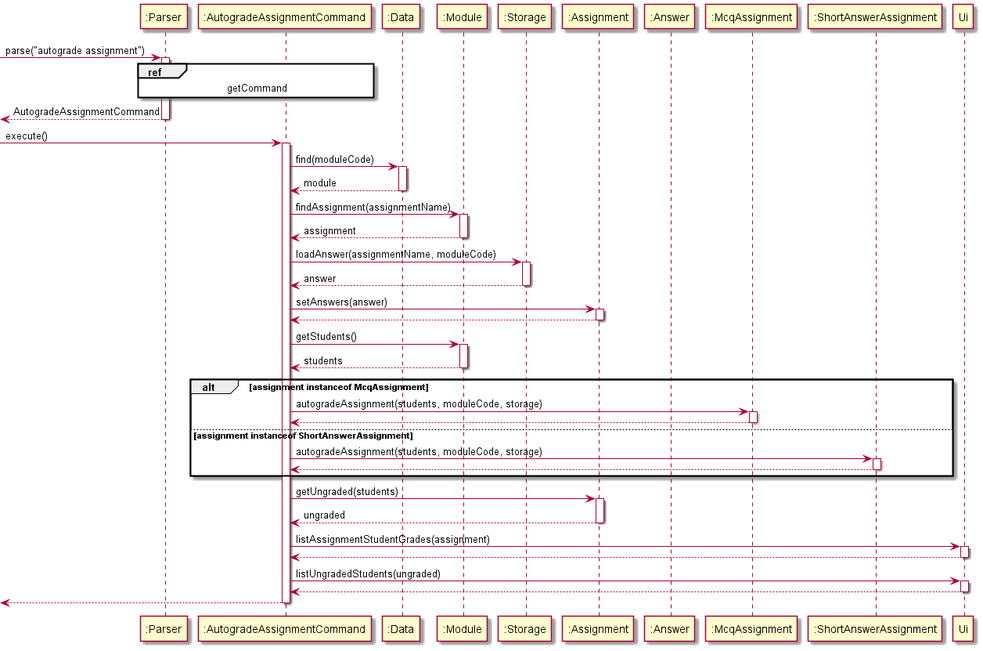
vaiish371/tp keeps this PlantUML diagram as docs/uml/Autograde.png. Above is the earlier version. Its diagram source:
```plantuml
@startuml

participant ":Parser" as Parser
participant ":AutogradeAssignmentCommand" as Command
participant ":Data" as Data
participant ":Module" as Module
participant ":Storage" as Storage
participant ":Assignment" as Assignment
participant ":Answer" as Answer
participant ":McqAssignment" as McqAssignment
participant ":ShortAnswerAssignment" as ShortAnswerAssignment


[-> Parser : parse("autograde assignment")
activate Parser

ref over Parser, Command : getCommand

[<-- Parser : AutogradeAssignmentCommand
deactivate Parser

[->Command : execute()
activate Command

Command -> Data : find(moduleCode)
activate Data

Data --> Command : module
deactivate Data

Command -> Module : findAssignment(assignmentName)
activate Module

Module --> Command : assignment
deactivate Module

Command -> Storage : loadAnswer(assignmentName, moduleCode)
activate Storage

Storage --> Command : answer
deactivate Storage

Command -> Assignment : setAnswers(answer)
activate Assignment

Assignment --> Command
deactivate Assignment

Command -> Module : getStudents()
activate Module

Module --> Command : students
deactivate Module

alt assignment instanceof McqAssignment

Command -> McqAssignment : autogradeAssignment(students, moduleCode, storage)
activate McqAssignment

McqAssignment --> Command
deactivate McqAssignment


else assignment instanceof ShortAnswerAssignment

Command -> ShortAnswerAssignment : autogradeAssignment(students, moduleCode, storage)
activate ShortAnswerAssignment

ShortAnswerAssignment --> Command
deactivate ShortAnswerAssignment

end

Command -> Assignment : getUngraded(students)
activate Assignment

Assignment --> Command : ungraded
deactivate Assignment

Command -> Ui : listAssignmentStudentGrades(assignment)
activate Ui

Ui --> Command
deactivate Ui

Command -> Ui : listUngradedStudents(ungraded)
activate Ui

Ui --> Command
deactivate Ui

[<-- Command
deactivate Command

@enduml
```
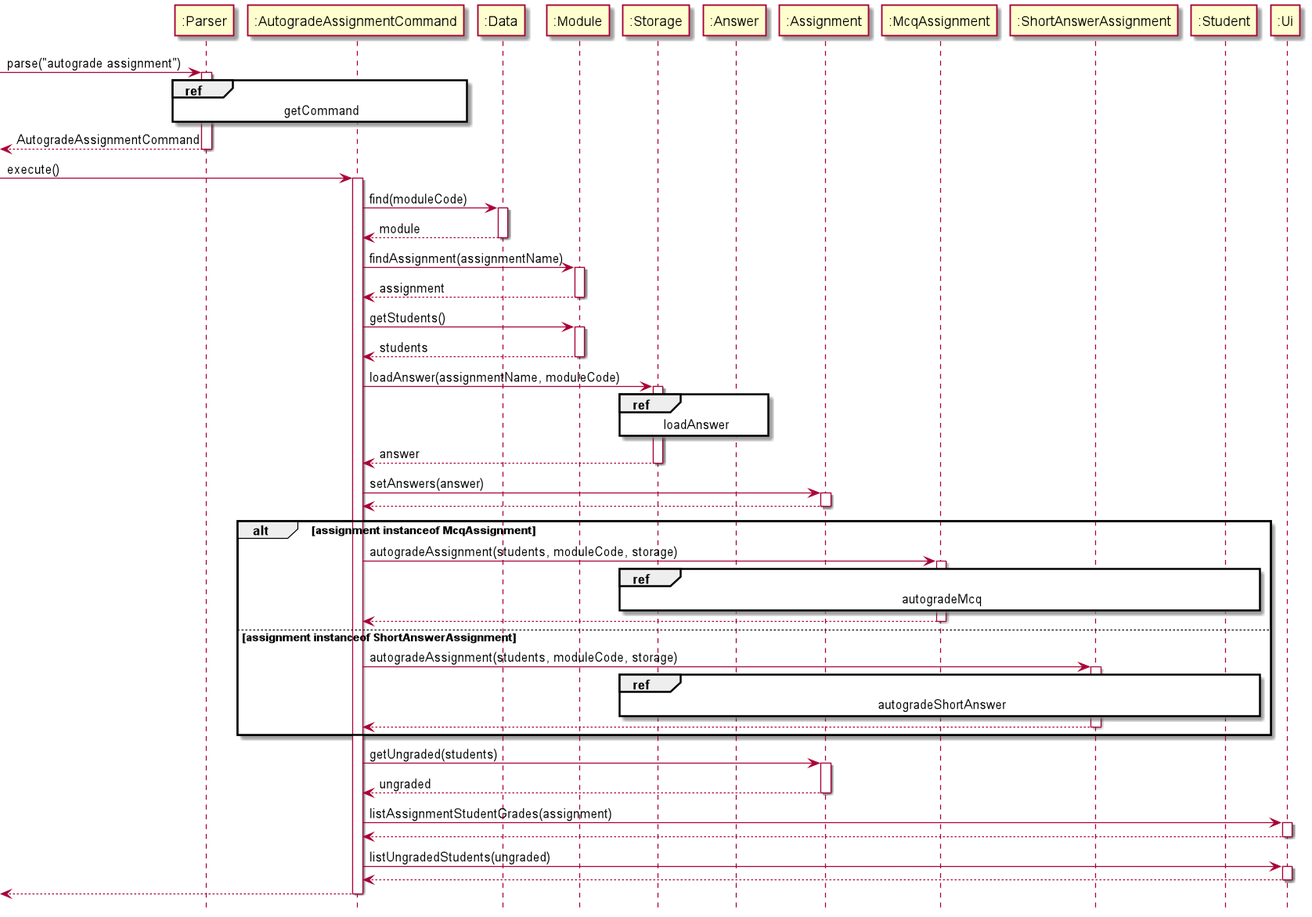
After the commit.

What changed in the source:
```diff
@@ -1,15 +1,18 @@
 @startuml
+
+hide footbox
 
 participant ":Parser" as Parser
 participant ":AutogradeAssignmentCommand" as Command
 participant ":Data" as Data
 participant ":Module" as Module
 participant ":Storage" as Storage
+participant ":Answer" as Answer
 participant ":Assignment" as Assignment
-participant ":Answer" as Answer
 participant ":McqAssignment" as McqAssignment
 participant ":ShortAnswerAssignment" as ShortAnswerAssignment
-
+participant ":Student" as Student
+participant ":Ui" as Ui
 
 [-> Parser : parse("autograde assignment")
 activate Parser
@@ -34,8 +37,16 @@
 Module --> Command : assignment
 deactivate Module
 
+Command -> Module : getStudents()
+activate Module
+
+Module --> Command : students
+deactivate Module
+
 Command -> Storage : loadAnswer(assignmentName, moduleCode)
 activate Storage
+
+ref over Storage, Answer : loadAnswer
 
 Storage --> Command : answer
 deactivate Storage
@@ -46,16 +57,12 @@
 Assignment --> Command
 deactivate Assignment
 
-Command -> Module : getStudents()
-activate Module
-
-Module --> Command : students
-deactivate Module
-
 alt assignment instanceof McqAssignment
 
 Command -> McqAssignment : autogradeAssignment(students, moduleCode, storage)
 activate McqAssignment
+
+ref over McqAssignment, Student, Storage, Answer : autogradeMcq
 
 McqAssignment --> Command
 deactivate McqAssignment
@@ -65,6 +72,8 @@
 
 Command -> ShortAnswerAssignment : autogradeAssignment(students, moduleCode, storage)
 activate ShortAnswerAssignment
+
+ref over ShortAnswerAssignment, Student, Storage, Answer : autogradeShortAnswer
 
 ShortAnswerAssignment --> Command
 deactivate ShortAnswerAssignment
```
